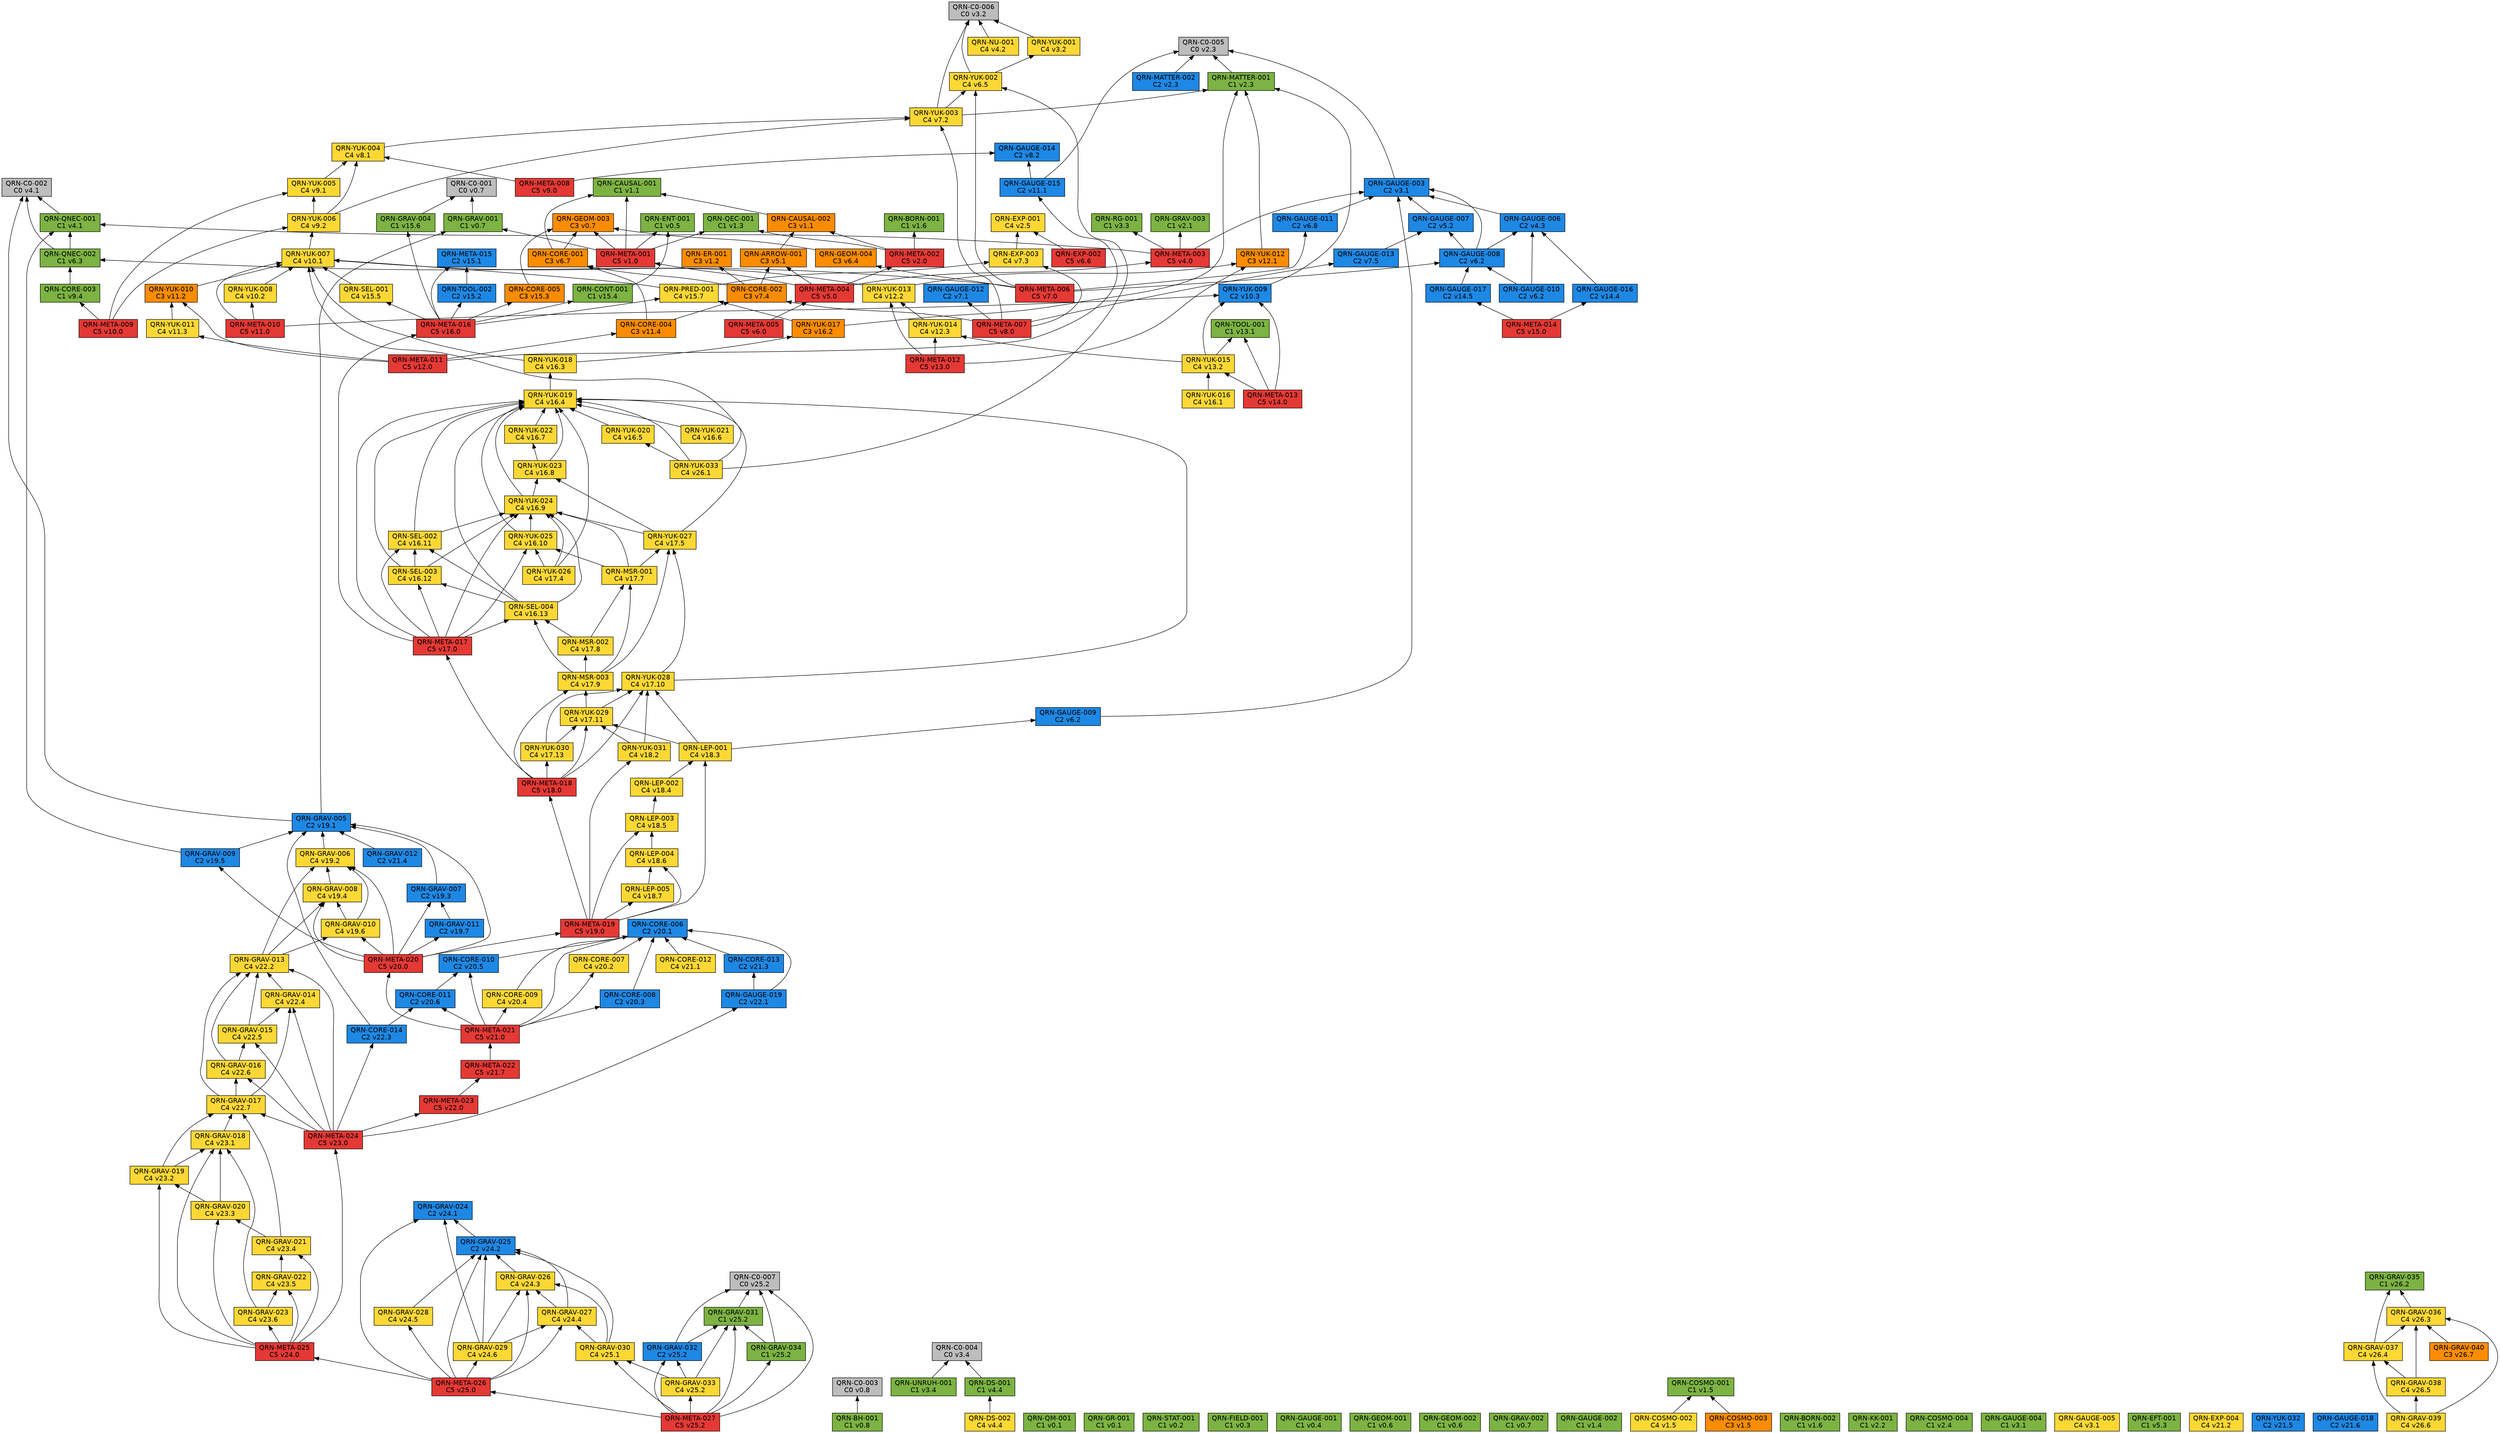
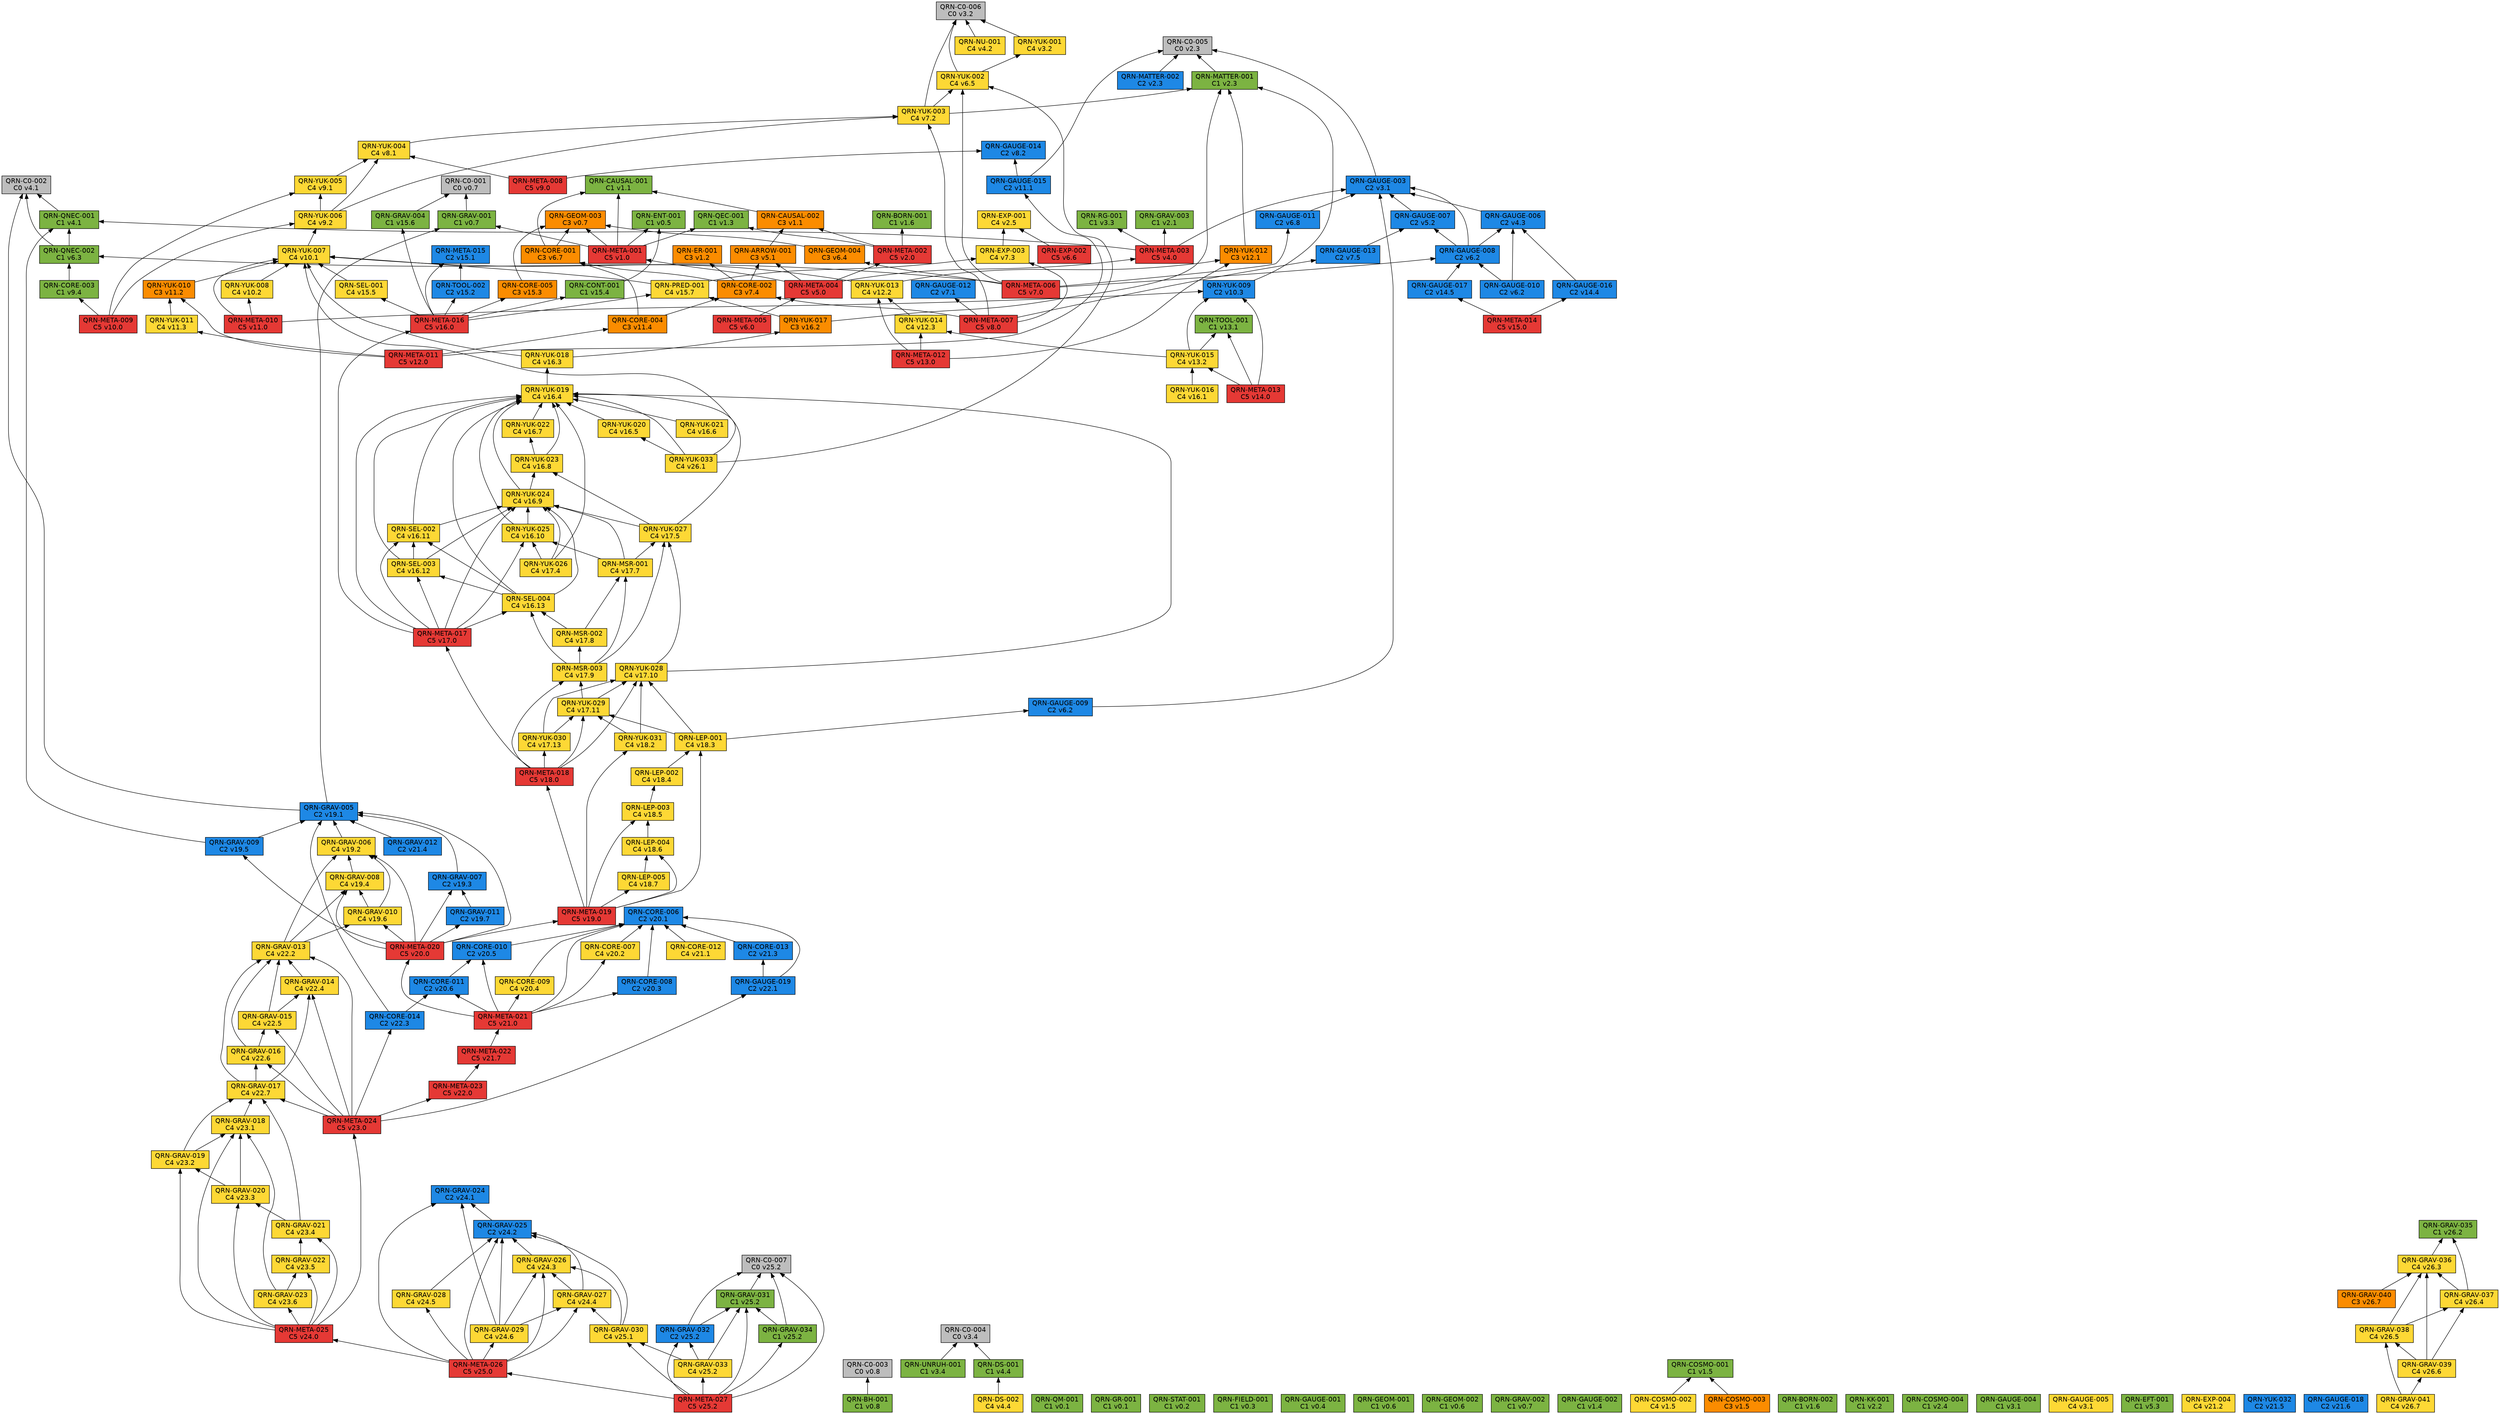
// 自動生成 (dag/report.pl) — QRN 主張依存グラフ
digraph qrn {
  rankdir=BT;
  node [shape=box, style=filled, fontname="Helvetica"];
  "QRN-C0-001" [fillcolor="#bdbdbd", label="QRN-C0-001\nC0 v0.7"];
  "QRN-C0-002" [fillcolor="#bdbdbd", label="QRN-C0-002\nC0 v4.1"];
  "QRN-C0-003" [fillcolor="#bdbdbd", label="QRN-C0-003\nC0 v0.8"];
  "QRN-C0-004" [fillcolor="#bdbdbd", label="QRN-C0-004\nC0 v3.4"];
  "QRN-C0-005" [fillcolor="#bdbdbd", label="QRN-C0-005\nC0 v2.3"];
  "QRN-C0-006" [fillcolor="#bdbdbd", label="QRN-C0-006\nC0 v3.2"];
  "QRN-QM-001" [fillcolor="#7cb342", label="QRN-QM-001\nC1 v0.1"];
  "QRN-GR-001" [fillcolor="#7cb342", label="QRN-GR-001\nC1 v0.1"];
  "QRN-STAT-001" [fillcolor="#7cb342", label="QRN-STAT-001\nC1 v0.2"];
  "QRN-FIELD-001" [fillcolor="#7cb342", label="QRN-FIELD-001\nC1 v0.3"];
  "QRN-GAUGE-001" [fillcolor="#7cb342", label="QRN-GAUGE-001\nC1 v0.4"];
  "QRN-ENT-001" [fillcolor="#7cb342", label="QRN-ENT-001\nC1 v0.5"];
  "QRN-GEOM-001" [fillcolor="#7cb342", label="QRN-GEOM-001\nC1 v0.6"];
  "QRN-GEOM-002" [fillcolor="#7cb342", label="QRN-GEOM-002\nC1 v0.6"];
  "QRN-GEOM-003" [fillcolor="#fb8c00", label="QRN-GEOM-003\nC3 v0.7"];
  "QRN-GRAV-001" [fillcolor="#7cb342", label="QRN-GRAV-001\nC1 v0.7"];
  "QRN-GRAV-002" [fillcolor="#7cb342", label="QRN-GRAV-002\nC1 v0.7"];
  "QRN-BH-001" [fillcolor="#7cb342", label="QRN-BH-001\nC1 v0.8"];
  "QRN-CAUSAL-001" [fillcolor="#7cb342", label="QRN-CAUSAL-001\nC1 v1.1"];
  "QRN-CAUSAL-002" [fillcolor="#fb8c00", label="QRN-CAUSAL-002\nC3 v1.1"];
  "QRN-ER-001" [fillcolor="#fb8c00", label="QRN-ER-001\nC3 v1.2"];
  "QRN-QEC-001" [fillcolor="#7cb342", label="QRN-QEC-001\nC1 v1.3"];
  "QRN-GAUGE-002" [fillcolor="#7cb342", label="QRN-GAUGE-002\nC1 v1.4"];
  "QRN-COSMO-001" [fillcolor="#7cb342", label="QRN-COSMO-001\nC1 v1.5"];
  "QRN-COSMO-002" [fillcolor="#fdd835", label="QRN-COSMO-002\nC4 v1.5"];
  "QRN-COSMO-003" [fillcolor="#fb8c00", label="QRN-COSMO-003\nC3 v1.5"];
  "QRN-BORN-001" [fillcolor="#7cb342", label="QRN-BORN-001\nC1 v1.6"];
  "QRN-BORN-002" [fillcolor="#7cb342", label="QRN-BORN-002\nC1 v1.6"];
  "QRN-GRAV-003" [fillcolor="#7cb342", label="QRN-GRAV-003\nC1 v2.1"];
  "QRN-KK-001" [fillcolor="#7cb342", label="QRN-KK-001\nC1 v2.2"];
  "QRN-MATTER-001" [fillcolor="#7cb342", label="QRN-MATTER-001\nC1 v2.3"];
  "QRN-MATTER-002" [fillcolor="#1e88e5", label="QRN-MATTER-002\nC2 v2.3"];
  "QRN-COSMO-004" [fillcolor="#7cb342", label="QRN-COSMO-004\nC1 v2.4"];
  "QRN-EXP-001" [fillcolor="#fdd835", label="QRN-EXP-001\nC4 v2.5"];
  "QRN-GAUGE-003" [fillcolor="#1e88e5", label="QRN-GAUGE-003\nC2 v3.1"];
  "QRN-GAUGE-004" [fillcolor="#7cb342", label="QRN-GAUGE-004\nC1 v3.1"];
  "QRN-GAUGE-005" [fillcolor="#fdd835", label="QRN-GAUGE-005\nC4 v3.1"];
  "QRN-YUK-001" [fillcolor="#fdd835", label="QRN-YUK-001\nC4 v3.2"];
  "QRN-RG-001" [fillcolor="#7cb342", label="QRN-RG-001\nC1 v3.3"];
  "QRN-UNRUH-001" [fillcolor="#7cb342", label="QRN-UNRUH-001\nC1 v3.4"];
  "QRN-QNEC-001" [fillcolor="#7cb342", label="QRN-QNEC-001\nC1 v4.1"];
  "QRN-NU-001" [fillcolor="#fdd835", label="QRN-NU-001\nC4 v4.2"];
  "QRN-GAUGE-006" [fillcolor="#1e88e5", label="QRN-GAUGE-006\nC2 v4.3"];
  "QRN-DS-001" [fillcolor="#7cb342", label="QRN-DS-001\nC1 v4.4"];
  "QRN-DS-002" [fillcolor="#fdd835", label="QRN-DS-002\nC4 v4.4"];
  "QRN-ARROW-001" [fillcolor="#fb8c00", label="QRN-ARROW-001\nC3 v5.1"];
  "QRN-GAUGE-007" [fillcolor="#1e88e5", label="QRN-GAUGE-007\nC2 v5.2"];
  "QRN-EFT-001" [fillcolor="#7cb342", label="QRN-EFT-001\nC1 v5.3"];
  "QRN-GAUGE-008" [fillcolor="#1e88e5", label="QRN-GAUGE-008\nC2 v6.2"];
  "QRN-GAUGE-009" [fillcolor="#1e88e5", label="QRN-GAUGE-009\nC2 v6.2"];
  "QRN-GAUGE-010" [fillcolor="#1e88e5", label="QRN-GAUGE-010\nC2 v6.2"];
  "QRN-QNEC-002" [fillcolor="#7cb342", label="QRN-QNEC-002\nC1 v6.3"];
  "QRN-GEOM-004" [fillcolor="#fb8c00", label="QRN-GEOM-004\nC3 v6.4"];
  "QRN-YUK-002" [fillcolor="#fdd835", label="QRN-YUK-002\nC4 v6.5"];
  "QRN-EXP-002" [fillcolor="#e53935", label="QRN-EXP-002\nC5 v6.6"];
  "QRN-CORE-001" [fillcolor="#fb8c00", label="QRN-CORE-001\nC3 v6.7"];
  "QRN-GAUGE-011" [fillcolor="#1e88e5", label="QRN-GAUGE-011\nC2 v6.8"];
  "QRN-GAUGE-012" [fillcolor="#1e88e5", label="QRN-GAUGE-012\nC2 v7.1"];
  "QRN-YUK-003" [fillcolor="#fdd835", label="QRN-YUK-003\nC4 v7.2"];
  "QRN-EXP-003" [fillcolor="#fdd835", label="QRN-EXP-003\nC4 v7.3"];
  "QRN-CORE-002" [fillcolor="#fb8c00", label="QRN-CORE-002\nC3 v7.4"];
  "QRN-GAUGE-013" [fillcolor="#1e88e5", label="QRN-GAUGE-013\nC2 v7.5"];
  "QRN-YUK-004" [fillcolor="#fdd835", label="QRN-YUK-004\nC4 v8.1"];
  "QRN-GAUGE-014" [fillcolor="#1e88e5", label="QRN-GAUGE-014\nC2 v8.2"];
  "QRN-META-001" [fillcolor="#e53935", label="QRN-META-001\nC5 v1.0"];
  "QRN-META-002" [fillcolor="#e53935", label="QRN-META-002\nC5 v2.0"];
  "QRN-META-003" [fillcolor="#e53935", label="QRN-META-003\nC5 v4.0"];
  "QRN-META-004" [fillcolor="#e53935", label="QRN-META-004\nC5 v5.0"];
  "QRN-META-005" [fillcolor="#e53935", label="QRN-META-005\nC5 v6.0"];
  "QRN-META-006" [fillcolor="#e53935", label="QRN-META-006\nC5 v7.0"];
  "QRN-META-007" [fillcolor="#e53935", label="QRN-META-007\nC5 v8.0"];
  "QRN-META-008" [fillcolor="#e53935", label="QRN-META-008\nC5 v9.0"];
  "QRN-YUK-005" [fillcolor="#fdd835", label="QRN-YUK-005\nC4 v9.1"];
  "QRN-YUK-006" [fillcolor="#fdd835", label="QRN-YUK-006\nC4 v9.2"];
  "QRN-CORE-003" [fillcolor="#7cb342", label="QRN-CORE-003\nC1 v9.4"];
  "QRN-META-009" [fillcolor="#e53935", label="QRN-META-009\nC5 v10.0"];
  "QRN-YUK-007" [fillcolor="#fdd835", label="QRN-YUK-007\nC4 v10.1"];
  "QRN-YUK-008" [fillcolor="#fdd835", label="QRN-YUK-008\nC4 v10.2"];
  "QRN-YUK-009" [fillcolor="#1e88e5", label="QRN-YUK-009\nC2 v10.3"];
  "QRN-META-010" [fillcolor="#e53935", label="QRN-META-010\nC5 v11.0"];
  "QRN-GAUGE-015" [fillcolor="#1e88e5", label="QRN-GAUGE-015\nC2 v11.1"];
  "QRN-YUK-010" [fillcolor="#fb8c00", label="QRN-YUK-010\nC3 v11.2"];
  "QRN-YUK-011" [fillcolor="#fdd835", label="QRN-YUK-011\nC4 v11.3"];
  "QRN-CORE-004" [fillcolor="#fb8c00", label="QRN-CORE-004\nC3 v11.4"];
  "QRN-META-011" [fillcolor="#e53935", label="QRN-META-011\nC5 v12.0"];
  "QRN-YUK-012" [fillcolor="#fb8c00", label="QRN-YUK-012\nC3 v12.1"];
  "QRN-YUK-013" [fillcolor="#fdd835", label="QRN-YUK-013\nC4 v12.2"];
  "QRN-YUK-014" [fillcolor="#fdd835", label="QRN-YUK-014\nC4 v12.3"];
  "QRN-META-012" [fillcolor="#e53935", label="QRN-META-012\nC5 v13.0"];
  "QRN-TOOL-001" [fillcolor="#7cb342", label="QRN-TOOL-001\nC1 v13.1"];
  "QRN-YUK-015" [fillcolor="#fdd835", label="QRN-YUK-015\nC4 v13.2"];
  "QRN-META-013" [fillcolor="#e53935", label="QRN-META-013\nC5 v14.0"];
  "QRN-GAUGE-016" [fillcolor="#1e88e5", label="QRN-GAUGE-016\nC2 v14.4"];
  "QRN-GAUGE-017" [fillcolor="#1e88e5", label="QRN-GAUGE-017\nC2 v14.5"];
  "QRN-META-014" [fillcolor="#e53935", label="QRN-META-014\nC5 v15.0"];
  "QRN-META-015" [fillcolor="#1e88e5", label="QRN-META-015\nC2 v15.1"];
  "QRN-TOOL-002" [fillcolor="#1e88e5", label="QRN-TOOL-002\nC2 v15.2"];
  "QRN-CORE-005" [fillcolor="#fb8c00", label="QRN-CORE-005\nC3 v15.3"];
  "QRN-CONT-001" [fillcolor="#7cb342", label="QRN-CONT-001\nC1 v15.4"];
  "QRN-SEL-001" [fillcolor="#fdd835", label="QRN-SEL-001\nC4 v15.5"];
  "QRN-GRAV-004" [fillcolor="#7cb342", label="QRN-GRAV-004\nC1 v15.6"];
  "QRN-PRED-001" [fillcolor="#fdd835", label="QRN-PRED-001\nC4 v15.7"];
  "QRN-META-016" [fillcolor="#e53935", label="QRN-META-016\nC5 v16.0"];
  "QRN-YUK-016" [fillcolor="#fdd835", label="QRN-YUK-016\nC4 v16.1"];
  "QRN-YUK-017" [fillcolor="#fb8c00", label="QRN-YUK-017\nC3 v16.2"];
  "QRN-YUK-018" [fillcolor="#fdd835", label="QRN-YUK-018\nC4 v16.3"];
  "QRN-YUK-019" [fillcolor="#fdd835", label="QRN-YUK-019\nC4 v16.4"];
  "QRN-YUK-020" [fillcolor="#fdd835", label="QRN-YUK-020\nC4 v16.5"];
  "QRN-YUK-021" [fillcolor="#fdd835", label="QRN-YUK-021\nC4 v16.6"];
  "QRN-YUK-022" [fillcolor="#fdd835", label="QRN-YUK-022\nC4 v16.7"];
  "QRN-YUK-023" [fillcolor="#fdd835", label="QRN-YUK-023\nC4 v16.8"];
  "QRN-YUK-024" [fillcolor="#fdd835", label="QRN-YUK-024\nC4 v16.9"];
  "QRN-YUK-025" [fillcolor="#fdd835", label="QRN-YUK-025\nC4 v16.10"];
  "QRN-SEL-002" [fillcolor="#fdd835", label="QRN-SEL-002\nC4 v16.11"];
  "QRN-SEL-003" [fillcolor="#fdd835", label="QRN-SEL-003\nC4 v16.12"];
  "QRN-SEL-004" [fillcolor="#fdd835", label="QRN-SEL-004\nC4 v16.13"];
  "QRN-META-017" [fillcolor="#e53935", label="QRN-META-017\nC5 v17.0"];
  "QRN-YUK-026" [fillcolor="#fdd835", label="QRN-YUK-026\nC4 v17.4"];
  "QRN-YUK-027" [fillcolor="#fdd835", label="QRN-YUK-027\nC4 v17.5"];
  "QRN-MSR-001" [fillcolor="#fdd835", label="QRN-MSR-001\nC4 v17.7"];
  "QRN-MSR-002" [fillcolor="#fdd835", label="QRN-MSR-002\nC4 v17.8"];
  "QRN-MSR-003" [fillcolor="#fdd835", label="QRN-MSR-003\nC4 v17.9"];
  "QRN-YUK-028" [fillcolor="#fdd835", label="QRN-YUK-028\nC4 v17.10"];
  "QRN-YUK-029" [fillcolor="#fdd835", label="QRN-YUK-029\nC4 v17.11"];
  "QRN-YUK-030" [fillcolor="#fdd835", label="QRN-YUK-030\nC4 v17.13"];
  "QRN-META-018" [fillcolor="#e53935", label="QRN-META-018\nC5 v18.0"];
  "QRN-YUK-031" [fillcolor="#fdd835", label="QRN-YUK-031\nC4 v18.2"];
  "QRN-LEP-001" [fillcolor="#fdd835", label="QRN-LEP-001\nC4 v18.3"];
  "QRN-LEP-002" [fillcolor="#fdd835", label="QRN-LEP-002\nC4 v18.4"];
  "QRN-LEP-003" [fillcolor="#fdd835", label="QRN-LEP-003\nC4 v18.5"];
  "QRN-LEP-004" [fillcolor="#fdd835", label="QRN-LEP-004\nC4 v18.6"];
  "QRN-LEP-005" [fillcolor="#fdd835", label="QRN-LEP-005\nC4 v18.7"];
  "QRN-META-019" [fillcolor="#e53935", label="QRN-META-019\nC5 v19.0"];
  "QRN-GRAV-005" [fillcolor="#1e88e5", label="QRN-GRAV-005\nC2 v19.1"];
  "QRN-GRAV-006" [fillcolor="#fdd835", label="QRN-GRAV-006\nC4 v19.2"];
  "QRN-GRAV-007" [fillcolor="#1e88e5", label="QRN-GRAV-007\nC2 v19.3"];
  "QRN-GRAV-008" [fillcolor="#fdd835", label="QRN-GRAV-008\nC4 v19.4"];
  "QRN-GRAV-009" [fillcolor="#1e88e5", label="QRN-GRAV-009\nC2 v19.5"];
  "QRN-GRAV-010" [fillcolor="#fdd835", label="QRN-GRAV-010\nC4 v19.6"];
  "QRN-GRAV-011" [fillcolor="#1e88e5", label="QRN-GRAV-011\nC2 v19.7"];
  "QRN-META-020" [fillcolor="#e53935", label="QRN-META-020\nC5 v20.0"];
  "QRN-CORE-006" [fillcolor="#1e88e5", label="QRN-CORE-006\nC2 v20.1"];
  "QRN-CORE-007" [fillcolor="#fdd835", label="QRN-CORE-007\nC4 v20.2"];
  "QRN-CORE-008" [fillcolor="#1e88e5", label="QRN-CORE-008\nC2 v20.3"];
  "QRN-CORE-009" [fillcolor="#fdd835", label="QRN-CORE-009\nC4 v20.4"];
  "QRN-CORE-010" [fillcolor="#1e88e5", label="QRN-CORE-010\nC2 v20.5"];
  "QRN-CORE-011" [fillcolor="#1e88e5", label="QRN-CORE-011\nC2 v20.6"];
  "QRN-META-021" [fillcolor="#e53935", label="QRN-META-021\nC5 v21.0"];
  "QRN-CORE-012" [fillcolor="#fdd835", label="QRN-CORE-012\nC4 v21.1"];
  "QRN-EXP-004" [fillcolor="#fdd835", label="QRN-EXP-004\nC4 v21.2"];
  "QRN-CORE-013" [fillcolor="#1e88e5", label="QRN-CORE-013\nC2 v21.3"];
  "QRN-GRAV-012" [fillcolor="#1e88e5", label="QRN-GRAV-012\nC2 v21.4"];
  "QRN-YUK-032" [fillcolor="#1e88e5", label="QRN-YUK-032\nC2 v21.5"];
  "QRN-GAUGE-018" [fillcolor="#1e88e5", label="QRN-GAUGE-018\nC2 v21.6"];
  "QRN-META-022" [fillcolor="#e53935", label="QRN-META-022\nC5 v21.7"];
  "QRN-META-023" [fillcolor="#e53935", label="QRN-META-023\nC5 v22.0"];
  "QRN-CORE-014" [fillcolor="#1e88e5", label="QRN-CORE-014\nC2 v22.3"];
  "QRN-GRAV-013" [fillcolor="#fdd835", label="QRN-GRAV-013\nC4 v22.2"];
  "QRN-GRAV-014" [fillcolor="#fdd835", label="QRN-GRAV-014\nC4 v22.4"];
  "QRN-GRAV-015" [fillcolor="#fdd835", label="QRN-GRAV-015\nC4 v22.5"];
  "QRN-GRAV-016" [fillcolor="#fdd835", label="QRN-GRAV-016\nC4 v22.6"];
  "QRN-GRAV-017" [fillcolor="#fdd835", label="QRN-GRAV-017\nC4 v22.7"];
  "QRN-GAUGE-019" [fillcolor="#1e88e5", label="QRN-GAUGE-019\nC2 v22.1"];
  "QRN-META-024" [fillcolor="#e53935", label="QRN-META-024\nC5 v23.0"];
  "QRN-GRAV-018" [fillcolor="#fdd835", label="QRN-GRAV-018\nC4 v23.1"];
  "QRN-GRAV-019" [fillcolor="#fdd835", label="QRN-GRAV-019\nC4 v23.2"];
  "QRN-GRAV-020" [fillcolor="#fdd835", label="QRN-GRAV-020\nC4 v23.3"];
  "QRN-GRAV-021" [fillcolor="#fdd835", label="QRN-GRAV-021\nC4 v23.4"];
  "QRN-GRAV-022" [fillcolor="#fdd835", label="QRN-GRAV-022\nC4 v23.5"];
  "QRN-GRAV-023" [fillcolor="#fdd835", label="QRN-GRAV-023\nC4 v23.6"];
  "QRN-META-025" [fillcolor="#e53935", label="QRN-META-025\nC5 v24.0"];
  "QRN-GRAV-024" [fillcolor="#1e88e5", label="QRN-GRAV-024\nC2 v24.1"];
  "QRN-GRAV-025" [fillcolor="#1e88e5", label="QRN-GRAV-025\nC2 v24.2"];
  "QRN-GRAV-026" [fillcolor="#fdd835", label="QRN-GRAV-026\nC4 v24.3"];
  "QRN-GRAV-027" [fillcolor="#fdd835", label="QRN-GRAV-027\nC4 v24.4"];
  "QRN-GRAV-028" [fillcolor="#fdd835", label="QRN-GRAV-028\nC4 v24.5"];
  "QRN-GRAV-029" [fillcolor="#fdd835", label="QRN-GRAV-029\nC4 v24.6"];
  "QRN-META-026" [fillcolor="#e53935", label="QRN-META-026\nC5 v25.0"];
  "QRN-GRAV-030" [fillcolor="#fdd835", label="QRN-GRAV-030\nC4 v25.1"];
  "QRN-C0-007" [fillcolor="#bdbdbd", label="QRN-C0-007\nC0 v25.2"];
  "QRN-GRAV-031" [fillcolor="#7cb342", label="QRN-GRAV-031\nC1 v25.2"];
  "QRN-GRAV-032" [fillcolor="#1e88e5", label="QRN-GRAV-032\nC2 v25.2"];
  "QRN-GRAV-033" [fillcolor="#fdd835", label="QRN-GRAV-033\nC4 v25.2"];
  "QRN-GRAV-034" [fillcolor="#7cb342", label="QRN-GRAV-034\nC1 v25.2"];
  "QRN-META-027" [fillcolor="#e53935", label="QRN-META-027\nC5 v25.2"];
  "QRN-YUK-033" [fillcolor="#fdd835", label="QRN-YUK-033\nC4 v26.1"];
  "QRN-GRAV-035" [fillcolor="#7cb342", label="QRN-GRAV-035\nC1 v26.2"];
  "QRN-GRAV-036" [fillcolor="#fdd835", label="QRN-GRAV-036\nC4 v26.3"];
  "QRN-GRAV-037" [fillcolor="#fdd835", label="QRN-GRAV-037\nC4 v26.4"];
  "QRN-GRAV-038" [fillcolor="#fdd835", label="QRN-GRAV-038\nC4 v26.5"];
  "QRN-GRAV-039" [fillcolor="#fdd835", label="QRN-GRAV-039\nC4 v26.6"];
  "QRN-GRAV-040" [fillcolor="#fb8c00", label="QRN-GRAV-040\nC3 v26.7"];
+   "QRN-GRAV-041" [fillcolor="#fdd835", label="QRN-GRAV-041\nC4 v26.7"];
  "QRN-GRAV-001" -> "QRN-C0-001";
  "QRN-BH-001" -> "QRN-C0-003";
  "QRN-CAUSAL-002" -> "QRN-CAUSAL-001";
  "QRN-COSMO-002" -> "QRN-COSMO-001";
  "QRN-COSMO-003" -> "QRN-COSMO-001";
  "QRN-MATTER-001" -> "QRN-C0-005";
  "QRN-MATTER-002" -> "QRN-C0-005";
  "QRN-GAUGE-003" -> "QRN-C0-005";
  "QRN-YUK-001" -> "QRN-C0-006";
  "QRN-UNRUH-001" -> "QRN-C0-004";
  "QRN-QNEC-001" -> "QRN-C0-002";
  "QRN-NU-001" -> "QRN-C0-006";
  "QRN-GAUGE-006" -> "QRN-GAUGE-003";
  "QRN-DS-001" -> "QRN-C0-004";
  "QRN-DS-002" -> "QRN-DS-001";
  "QRN-ARROW-001" -> "QRN-CAUSAL-002";
  "QRN-GAUGE-007" -> "QRN-GAUGE-003";
  "QRN-GAUGE-008" -> "QRN-GAUGE-003";
  "QRN-GAUGE-008" -> "QRN-GAUGE-006";
  "QRN-GAUGE-008" -> "QRN-GAUGE-007";
  "QRN-GAUGE-009" -> "QRN-GAUGE-003";
  "QRN-GAUGE-010" -> "QRN-GAUGE-006";
  "QRN-GAUGE-010" -> "QRN-GAUGE-008";
  "QRN-QNEC-002" -> "QRN-C0-002";
  "QRN-QNEC-002" -> "QRN-QNEC-001";
  "QRN-GEOM-004" -> "QRN-GEOM-003";
  "QRN-YUK-002" -> "QRN-C0-006";
  "QRN-YUK-002" -> "QRN-YUK-001";
  "QRN-EXP-002" -> "QRN-EXP-001";
  "QRN-CORE-001" -> "QRN-GEOM-003";
  "QRN-CORE-001" -> "QRN-CAUSAL-001";
  "QRN-GAUGE-011" -> "QRN-GAUGE-003";
  "QRN-YUK-003" -> "QRN-C0-006";
  "QRN-YUK-003" -> "QRN-MATTER-001";
  "QRN-YUK-003" -> "QRN-YUK-002";
  "QRN-EXP-003" -> "QRN-EXP-001";
  "QRN-CORE-002" -> "QRN-CORE-001";
  "QRN-CORE-002" -> "QRN-ER-001";
  "QRN-CORE-002" -> "QRN-ARROW-001";
  "QRN-GAUGE-013" -> "QRN-GAUGE-007";
  "QRN-YUK-004" -> "QRN-YUK-003";
  "QRN-META-001" -> "QRN-GEOM-003";
  "QRN-META-001" -> "QRN-GRAV-001";
  "QRN-META-001" -> "QRN-CAUSAL-001";
  "QRN-META-001" -> "QRN-QEC-001";
  "QRN-META-001" -> "QRN-ENT-001";
  "QRN-META-002" -> "QRN-QEC-001";
  "QRN-META-002" -> "QRN-BORN-001";
  "QRN-META-002" -> "QRN-CAUSAL-002";
  "QRN-META-003" -> "QRN-GAUGE-003";
  "QRN-META-003" -> "QRN-RG-001";
  "QRN-META-003" -> "QRN-QNEC-001";
  "QRN-META-003" -> "QRN-GRAV-003";
  "QRN-META-004" -> "QRN-META-001";
  "QRN-META-004" -> "QRN-META-002";
  "QRN-META-004" -> "QRN-META-003";
  "QRN-META-004" -> "QRN-ARROW-001";
  "QRN-META-005" -> "QRN-META-004";
  "QRN-META-006" -> "QRN-GAUGE-008";
  "QRN-META-006" -> "QRN-QNEC-002";
  "QRN-META-006" -> "QRN-GEOM-004";
  "QRN-META-006" -> "QRN-YUK-002";
  "QRN-META-006" -> "QRN-GAUGE-011";
  "QRN-META-007" -> "QRN-GAUGE-012";
  "QRN-META-007" -> "QRN-YUK-003";
  "QRN-META-007" -> "QRN-EXP-003";
  "QRN-META-007" -> "QRN-CORE-002";
  "QRN-META-007" -> "QRN-GAUGE-013";
  "QRN-META-008" -> "QRN-YUK-004";
  "QRN-META-008" -> "QRN-GAUGE-014";
  "QRN-YUK-005" -> "QRN-YUK-004";
  "QRN-YUK-006" -> "QRN-YUK-003";
  "QRN-YUK-006" -> "QRN-YUK-004";
  "QRN-YUK-006" -> "QRN-YUK-005";
  "QRN-CORE-003" -> "QRN-QNEC-002";
  "QRN-META-009" -> "QRN-YUK-005";
  "QRN-META-009" -> "QRN-YUK-006";
  "QRN-META-009" -> "QRN-CORE-003";
  "QRN-YUK-007" -> "QRN-YUK-006";
  "QRN-YUK-008" -> "QRN-YUK-007";
  "QRN-YUK-009" -> "QRN-MATTER-001";
  "QRN-META-010" -> "QRN-YUK-007";
  "QRN-META-010" -> "QRN-YUK-008";
  "QRN-META-010" -> "QRN-YUK-009";
  "QRN-GAUGE-015" -> "QRN-C0-005";
  "QRN-GAUGE-015" -> "QRN-GAUGE-014";
  "QRN-YUK-010" -> "QRN-YUK-007";
  "QRN-YUK-011" -> "QRN-YUK-010";
  "QRN-CORE-004" -> "QRN-CORE-001";
  "QRN-CORE-004" -> "QRN-CORE-002";
  "QRN-META-011" -> "QRN-GAUGE-015";
  "QRN-META-011" -> "QRN-YUK-010";
  "QRN-META-011" -> "QRN-YUK-011";
  "QRN-META-011" -> "QRN-CORE-004";
  "QRN-YUK-012" -> "QRN-MATTER-001";
  "QRN-YUK-013" -> "QRN-YUK-012";
  "QRN-YUK-013" -> "QRN-YUK-007";
  "QRN-YUK-014" -> "QRN-YUK-013";
  "QRN-META-012" -> "QRN-YUK-012";
  "QRN-META-012" -> "QRN-YUK-013";
  "QRN-META-012" -> "QRN-YUK-014";
  "QRN-YUK-015" -> "QRN-YUK-014";
  "QRN-YUK-015" -> "QRN-TOOL-001";
  "QRN-YUK-015" -> "QRN-YUK-009";
  "QRN-META-013" -> "QRN-YUK-015";
  "QRN-META-013" -> "QRN-TOOL-001";
  "QRN-META-013" -> "QRN-YUK-009";
  "QRN-GAUGE-016" -> "QRN-GAUGE-006";
  "QRN-GAUGE-017" -> "QRN-GAUGE-008";
  "QRN-META-014" -> "QRN-GAUGE-016";
  "QRN-META-014" -> "QRN-GAUGE-017";
  "QRN-TOOL-002" -> "QRN-META-015";
  "QRN-CORE-005" -> "QRN-GEOM-003";
  "QRN-CONT-001" -> "QRN-ENT-001";
  "QRN-SEL-001" -> "QRN-YUK-007";
  "QRN-GRAV-004" -> "QRN-C0-001";
  "QRN-PRED-001" -> "QRN-YUK-007";
  "QRN-PRED-001" -> "QRN-EXP-003";
  "QRN-META-016" -> "QRN-META-015";
  "QRN-META-016" -> "QRN-TOOL-002";
  "QRN-META-016" -> "QRN-CORE-005";
  "QRN-META-016" -> "QRN-CONT-001";
  "QRN-META-016" -> "QRN-SEL-001";
  "QRN-META-016" -> "QRN-GRAV-004";
  "QRN-META-016" -> "QRN-PRED-001";
  "QRN-YUK-016" -> "QRN-YUK-015";
  "QRN-YUK-017" -> "QRN-MATTER-001";
  "QRN-YUK-017" -> "QRN-PRED-001";
  "QRN-YUK-018" -> "QRN-YUK-017";
  "QRN-YUK-018" -> "QRN-YUK-007";
  "QRN-YUK-019" -> "QRN-YUK-018";
  "QRN-YUK-020" -> "QRN-YUK-019";
  "QRN-YUK-021" -> "QRN-YUK-019";
  "QRN-YUK-022" -> "QRN-YUK-019";
  "QRN-YUK-023" -> "QRN-YUK-019";
  "QRN-YUK-023" -> "QRN-YUK-022";
  "QRN-YUK-024" -> "QRN-YUK-019";
  "QRN-YUK-024" -> "QRN-YUK-023";
  "QRN-YUK-025" -> "QRN-YUK-019";
  "QRN-YUK-025" -> "QRN-YUK-024";
  "QRN-SEL-002" -> "QRN-YUK-019";
  "QRN-SEL-002" -> "QRN-YUK-024";
  "QRN-SEL-003" -> "QRN-YUK-019";
  "QRN-SEL-003" -> "QRN-YUK-024";
  "QRN-SEL-003" -> "QRN-SEL-002";
  "QRN-SEL-004" -> "QRN-YUK-019";
  "QRN-SEL-004" -> "QRN-YUK-024";
  "QRN-SEL-004" -> "QRN-SEL-002";
  "QRN-SEL-004" -> "QRN-SEL-003";
  "QRN-META-017" -> "QRN-META-016";
  "QRN-META-017" -> "QRN-YUK-019";
  "QRN-META-017" -> "QRN-YUK-024";
  "QRN-META-017" -> "QRN-YUK-025";
  "QRN-META-017" -> "QRN-SEL-002";
  "QRN-META-017" -> "QRN-SEL-003";
  "QRN-META-017" -> "QRN-SEL-004";
  "QRN-YUK-026" -> "QRN-YUK-019";
  "QRN-YUK-026" -> "QRN-YUK-024";
  "QRN-YUK-026" -> "QRN-YUK-025";
  "QRN-YUK-027" -> "QRN-YUK-019";
  "QRN-YUK-027" -> "QRN-YUK-023";
  "QRN-YUK-027" -> "QRN-YUK-024";
  "QRN-MSR-001" -> "QRN-YUK-024";
  "QRN-MSR-001" -> "QRN-YUK-025";
  "QRN-MSR-001" -> "QRN-YUK-027";
  "QRN-MSR-002" -> "QRN-SEL-004";
  "QRN-MSR-002" -> "QRN-MSR-001";
  "QRN-MSR-003" -> "QRN-MSR-001";
  "QRN-MSR-003" -> "QRN-MSR-002";
  "QRN-MSR-003" -> "QRN-SEL-004";
  "QRN-MSR-003" -> "QRN-YUK-027";
  "QRN-YUK-028" -> "QRN-YUK-019";
  "QRN-YUK-028" -> "QRN-YUK-027";
  "QRN-YUK-029" -> "QRN-YUK-028";
  "QRN-YUK-029" -> "QRN-MSR-003";
  "QRN-YUK-030" -> "QRN-YUK-028";
  "QRN-YUK-030" -> "QRN-YUK-029";
  "QRN-META-018" -> "QRN-META-017";
  "QRN-META-018" -> "QRN-MSR-003";
  "QRN-META-018" -> "QRN-YUK-028";
  "QRN-META-018" -> "QRN-YUK-029";
  "QRN-META-018" -> "QRN-YUK-030";
  "QRN-YUK-031" -> "QRN-YUK-028";
  "QRN-YUK-031" -> "QRN-YUK-029";
  "QRN-LEP-001" -> "QRN-YUK-028";
  "QRN-LEP-001" -> "QRN-YUK-029";
  "QRN-LEP-001" -> "QRN-GAUGE-009";
  "QRN-LEP-002" -> "QRN-LEP-001";
  "QRN-LEP-003" -> "QRN-LEP-002";
  "QRN-LEP-004" -> "QRN-LEP-003";
  "QRN-LEP-005" -> "QRN-LEP-004";
  "QRN-META-019" -> "QRN-META-018";
  "QRN-META-019" -> "QRN-YUK-031";
  "QRN-META-019" -> "QRN-LEP-001";
  "QRN-META-019" -> "QRN-LEP-003";
  "QRN-META-019" -> "QRN-LEP-004";
  "QRN-META-019" -> "QRN-LEP-005";
  "QRN-GRAV-005" -> "QRN-C0-002";
  "QRN-GRAV-005" -> "QRN-GRAV-001";
  "QRN-GRAV-006" -> "QRN-GRAV-005";
  "QRN-GRAV-007" -> "QRN-GRAV-005";
  "QRN-GRAV-008" -> "QRN-GRAV-006";
  "QRN-GRAV-009" -> "QRN-GRAV-005";
  "QRN-GRAV-009" -> "QRN-QNEC-001";
  "QRN-GRAV-010" -> "QRN-GRAV-006";
  "QRN-GRAV-010" -> "QRN-GRAV-008";
  "QRN-GRAV-011" -> "QRN-GRAV-007";
  "QRN-META-020" -> "QRN-META-019";
  "QRN-META-020" -> "QRN-GRAV-005";
  "QRN-META-020" -> "QRN-GRAV-006";
  "QRN-META-020" -> "QRN-GRAV-007";
  "QRN-META-020" -> "QRN-GRAV-008";
  "QRN-META-020" -> "QRN-GRAV-009";
  "QRN-META-020" -> "QRN-GRAV-010";
  "QRN-META-020" -> "QRN-GRAV-011";
  "QRN-CORE-007" -> "QRN-CORE-006";
  "QRN-CORE-008" -> "QRN-CORE-006";
  "QRN-CORE-009" -> "QRN-CORE-006";
  "QRN-CORE-010" -> "QRN-CORE-006";
  "QRN-CORE-011" -> "QRN-CORE-010";
  "QRN-META-021" -> "QRN-META-020";
  "QRN-META-021" -> "QRN-CORE-006";
  "QRN-META-021" -> "QRN-CORE-007";
  "QRN-META-021" -> "QRN-CORE-008";
  "QRN-META-021" -> "QRN-CORE-009";
  "QRN-META-021" -> "QRN-CORE-010";
  "QRN-META-021" -> "QRN-CORE-011";
  "QRN-CORE-012" -> "QRN-CORE-006";
  "QRN-CORE-013" -> "QRN-CORE-006";
  "QRN-GRAV-012" -> "QRN-GRAV-005";
  "QRN-META-022" -> "QRN-META-021";
  "QRN-META-023" -> "QRN-META-022";
  "QRN-CORE-014" -> "QRN-CORE-011";
  "QRN-CORE-014" -> "QRN-GRAV-005";
  "QRN-GRAV-013" -> "QRN-GRAV-006";
  "QRN-GRAV-013" -> "QRN-GRAV-008";
  "QRN-GRAV-013" -> "QRN-GRAV-010";
  "QRN-GRAV-014" -> "QRN-GRAV-013";
  "QRN-GRAV-015" -> "QRN-GRAV-013";
  "QRN-GRAV-015" -> "QRN-GRAV-014";
  "QRN-GRAV-016" -> "QRN-GRAV-013";
  "QRN-GRAV-016" -> "QRN-GRAV-015";
  "QRN-GRAV-017" -> "QRN-GRAV-013";
  "QRN-GRAV-017" -> "QRN-GRAV-014";
  "QRN-GRAV-017" -> "QRN-GRAV-016";
  "QRN-GAUGE-019" -> "QRN-CORE-006";
  "QRN-GAUGE-019" -> "QRN-CORE-013";
  "QRN-META-024" -> "QRN-CORE-014";
  "QRN-META-024" -> "QRN-GRAV-013";
  "QRN-META-024" -> "QRN-GRAV-014";
  "QRN-META-024" -> "QRN-GRAV-015";
  "QRN-META-024" -> "QRN-GRAV-016";
  "QRN-META-024" -> "QRN-GRAV-017";
  "QRN-META-024" -> "QRN-GAUGE-019";
  "QRN-META-024" -> "QRN-META-023";
  "QRN-GRAV-018" -> "QRN-GRAV-017";
  "QRN-GRAV-019" -> "QRN-GRAV-017";
  "QRN-GRAV-019" -> "QRN-GRAV-018";
  "QRN-GRAV-020" -> "QRN-GRAV-018";
  "QRN-GRAV-020" -> "QRN-GRAV-019";
  "QRN-GRAV-021" -> "QRN-GRAV-017";
  "QRN-GRAV-021" -> "QRN-GRAV-020";
  "QRN-GRAV-022" -> "QRN-GRAV-021";
  "QRN-GRAV-023" -> "QRN-GRAV-018";
  "QRN-GRAV-023" -> "QRN-GRAV-022";
  "QRN-META-025" -> "QRN-GRAV-018";
  "QRN-META-025" -> "QRN-GRAV-019";
  "QRN-META-025" -> "QRN-GRAV-020";
  "QRN-META-025" -> "QRN-GRAV-021";
  "QRN-META-025" -> "QRN-GRAV-022";
  "QRN-META-025" -> "QRN-GRAV-023";
  "QRN-META-025" -> "QRN-META-024";
  "QRN-GRAV-025" -> "QRN-GRAV-024";
  "QRN-GRAV-026" -> "QRN-GRAV-025";
  "QRN-GRAV-027" -> "QRN-GRAV-025";
  "QRN-GRAV-027" -> "QRN-GRAV-026";
  "QRN-GRAV-028" -> "QRN-GRAV-025";
  "QRN-GRAV-029" -> "QRN-GRAV-024";
  "QRN-GRAV-029" -> "QRN-GRAV-025";
  "QRN-GRAV-029" -> "QRN-GRAV-026";
  "QRN-GRAV-029" -> "QRN-GRAV-027";
  "QRN-META-026" -> "QRN-GRAV-024";
  "QRN-META-026" -> "QRN-GRAV-025";
  "QRN-META-026" -> "QRN-GRAV-026";
  "QRN-META-026" -> "QRN-GRAV-027";
  "QRN-META-026" -> "QRN-GRAV-028";
  "QRN-META-026" -> "QRN-GRAV-029";
  "QRN-META-026" -> "QRN-META-025";
  "QRN-GRAV-030" -> "QRN-GRAV-025";
  "QRN-GRAV-030" -> "QRN-GRAV-026";
  "QRN-GRAV-030" -> "QRN-GRAV-027";
  "QRN-GRAV-031" -> "QRN-C0-007";
  "QRN-GRAV-032" -> "QRN-C0-007";
  "QRN-GRAV-032" -> "QRN-GRAV-031";
  "QRN-GRAV-033" -> "QRN-GRAV-030";
  "QRN-GRAV-033" -> "QRN-GRAV-031";
  "QRN-GRAV-033" -> "QRN-GRAV-032";
  "QRN-GRAV-034" -> "QRN-C0-007";
  "QRN-GRAV-034" -> "QRN-GRAV-031";
  "QRN-META-027" -> "QRN-C0-007";
  "QRN-META-027" -> "QRN-GRAV-030";
  "QRN-META-027" -> "QRN-GRAV-031";
  "QRN-META-027" -> "QRN-GRAV-032";
  "QRN-META-027" -> "QRN-GRAV-033";
  "QRN-META-027" -> "QRN-GRAV-034";
  "QRN-META-027" -> "QRN-META-026";
  "QRN-YUK-033" -> "QRN-YUK-002";
  "QRN-YUK-033" -> "QRN-YUK-007";
  "QRN-YUK-033" -> "QRN-YUK-019";
  "QRN-YUK-033" -> "QRN-YUK-020";
  "QRN-GRAV-036" -> "QRN-GRAV-035";
  "QRN-GRAV-037" -> "QRN-GRAV-035";
  "QRN-GRAV-037" -> "QRN-GRAV-036";
  "QRN-GRAV-038" -> "QRN-GRAV-036";
  "QRN-GRAV-038" -> "QRN-GRAV-037";
  "QRN-GRAV-039" -> "QRN-GRAV-036";
  "QRN-GRAV-039" -> "QRN-GRAV-037";
  "QRN-GRAV-039" -> "QRN-GRAV-038";
  "QRN-GRAV-040" -> "QRN-GRAV-036";
+   "QRN-GRAV-041" -> "QRN-GRAV-038";
+   "QRN-GRAV-041" -> "QRN-GRAV-039";
}
